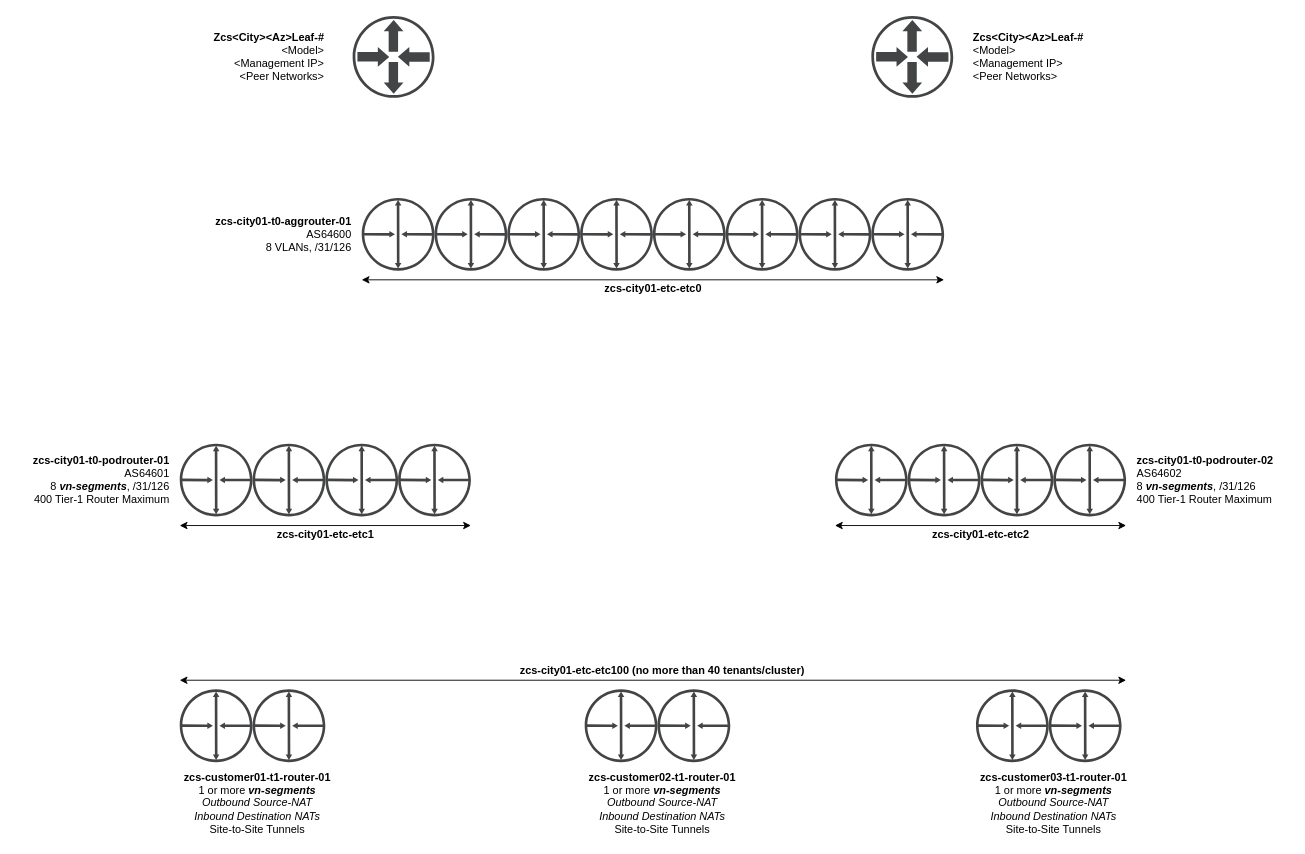
The draw.io diagram page "Logical Routing Detail" (2 of 3) of dwg/Dedicated Logical Routing.drawio in ngschmidt/nsx-ninja-design-v3, before the edit. Source tidied: cells renumbered, new cells numbered last; positions are measured from the earlier drawing's top-left corner, leaving out a move shared by most shapes. Both pictures are drawn from the tidied source at 91%, with x=0, y=0 at pixel (15, 15).
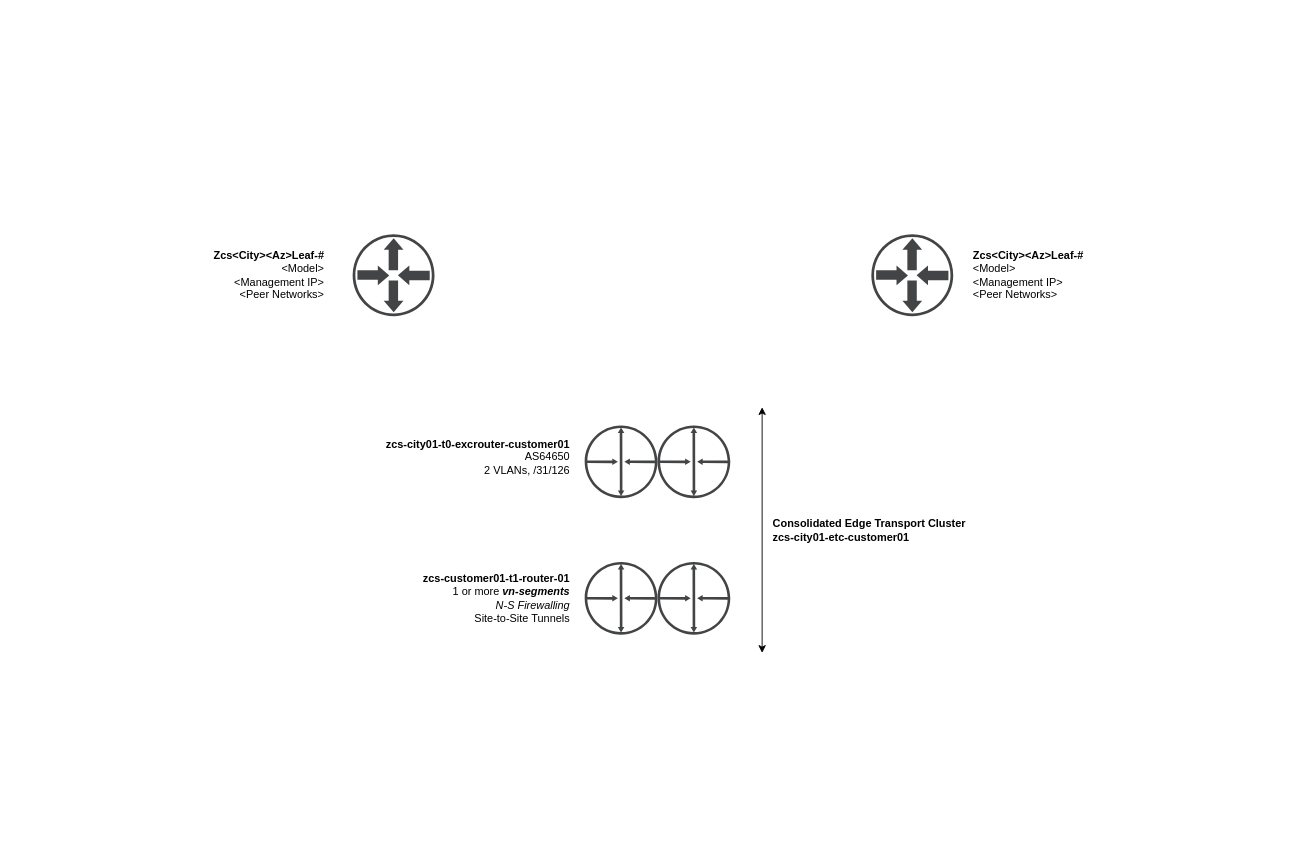
The same page after the edit.

Change to the diagram source:
```diff
@@
     <mxCell id="2" style="shadow=0;dashed=0;html=1;strokeColor=none;fillColor=#434445;labelPosition=center;verticalLabelPosition=bottom;verticalAlign=top;align=center;shape=mxgraph.vvd.physical_upstream_router;fontColor=#FFFFFF;" parent="1" vertex="1">
-      <mxGeometry x="370" width="90" height="90" as="geometry" />
+      <mxGeometry x="370" y="240" width="90" height="90" as="geometry" />
     </mxCell>
     <mxCell id="3" style="shadow=0;dashed=0;html=1;strokeColor=none;fillColor=#434445;labelPosition=center;verticalLabelPosition=bottom;verticalAlign=top;align=center;shape=mxgraph.vvd.physical_upstream_router;fontColor=#FFFFFF;" parent="1" vertex="1">
-      <mxGeometry x="940" width="90" height="90" as="geometry" />
+      <mxGeometry x="940" y="240" width="90" height="90" as="geometry" />
     </mxCell>
     <mxCell id="4" value="&lt;font color=&quot;#000000&quot;&gt;&lt;b&gt;Zcs&amp;lt;City&amp;gt;&amp;lt;Az&amp;gt;Leaf-#&lt;/b&gt;&lt;br&gt;&amp;lt;Model&amp;gt;&lt;br&gt;&amp;lt;Management IP&amp;gt;&lt;br&gt;&amp;lt;Peer Networks&amp;gt;&lt;br&gt;&lt;/font&gt;" style="text;html=1;align=right;verticalAlign=middle;fontColor=#FFFFFF;" parent="1" vertex="1">
-      <mxGeometry x="200" y="15" width="140" height="60" as="geometry" />
+      <mxGeometry x="200" y="255" width="140" height="60" as="geometry" />
     </mxCell>
     <mxCell id="5" value="&lt;font color=&quot;#000000&quot;&gt;&lt;b&gt;Zcs&amp;lt;City&amp;gt;&amp;lt;Az&amp;gt;Leaf-#&lt;/b&gt;&lt;br&gt;&amp;lt;Model&amp;gt;&lt;br&gt;&amp;lt;Management IP&amp;gt;&lt;br&gt;&amp;lt;Peer Networks&amp;gt;&lt;br&gt;&lt;/font&gt;" style="text;html=1;align=left;verticalAlign=middle;fontColor=#FFFFFF;" parent="1" vertex="1">
-      <mxGeometry x="1050" y="15" width="140" height="60" as="geometry" />
+      <mxGeometry x="1050" y="255" width="140" height="60" as="geometry" />
     </mxCell>
-    <mxCell id="6" style="shadow=0;dashed=0;html=1;strokeColor=none;fillColor=#434445;labelPosition=center;verticalLabelPosition=bottom;verticalAlign=top;align=center;shape=mxgraph.vvd.logical_distribution;fontColor=#FFFFFF;" parent="1" vertex="1">
-      <mxGeometry x="380" y="200" width="80" height="80" as="geometry" />
-    </mxCell>
-    <mxCell id="7" value="&lt;font color=&quot;#000000&quot;&gt;&lt;b&gt;zcs-city01-t0-aggrouter-01&lt;br&gt;&lt;/b&gt;AS64600&lt;br&gt;8 VLANs, /31/126&lt;br&gt;&lt;/font&gt;" style="text;html=1;align=right;verticalAlign=middle;fontColor=#FFFFFF;" parent="1" vertex="1">
-      <mxGeometry x="210" y="215" width="160" height="50" as="geometry" />
+    <mxCell id="7" value="&lt;font color=&quot;#000000&quot;&gt;&lt;b&gt;zcs-city01-t0-excrouter-customer01&lt;br&gt;&lt;/b&gt;AS64650&lt;br&gt;2 VLANs, /31/126&lt;br&gt;&lt;/font&gt;" style="text;html=1;align=right;verticalAlign=middle;fontColor=#FFFFFF;" parent="1" vertex="1">
+      <mxGeometry x="390" y="460" width="220" height="50" as="geometry" />
     </mxCell>
-    <mxCell id="8" style="shadow=0;dashed=0;html=1;strokeColor=none;fillColor=#434445;labelPosition=center;verticalLabelPosition=bottom;verticalAlign=top;align=center;shape=mxgraph.vvd.logical_distribution;fontColor=#FFFFFF;" parent="1" vertex="1">
-      <mxGeometry x="460" y="200" width="80" height="80" as="geometry" />
-    </mxCell>
-    <mxCell id="9" style="shadow=0;dashed=0;html=1;strokeColor=none;fillColor=#434445;labelPosition=center;verticalLabelPosition=bottom;verticalAlign=top;align=center;shape=mxgraph.vvd.logical_distribution;fontColor=#FFFFFF;" parent="1" vertex="1">
-      <mxGeometry x="540" y="200" width="80" height="80" as="geometry" />
-    </mxCell>
     <mxCell id="10" style="shadow=0;dashed=0;html=1;strokeColor=none;fillColor=#434445;labelPosition=center;verticalLabelPosition=bottom;verticalAlign=top;align=center;shape=mxgraph.vvd.logical_distribution;fontColor=#FFFFFF;" parent="1" vertex="1">
-      <mxGeometry x="620" y="200" width="80" height="80" as="geometry" />
+      <mxGeometry x="625" y="450" width="80" height="80" as="geometry" />
     </mxCell>
     <mxCell id="11" style="shadow=0;dashed=0;html=1;strokeColor=none;fillColor=#434445;labelPosition=center;verticalLabelPosition=bottom;verticalAlign=top;align=center;shape=mxgraph.vvd.logical_distribution;fontColor=#FFFFFF;" parent="1" vertex="1">
-      <mxGeometry x="700" y="200" width="80" height="80" as="geometry" />
+      <mxGeometry x="705" y="450" width="80" height="80" as="geometry" />
     </mxCell>
-    <mxCell id="12" style="shadow=0;dashed=0;html=1;strokeColor=none;fillColor=#434445;labelPosition=center;verticalLabelPosition=bottom;verticalAlign=top;align=center;shape=mxgraph.vvd.logical_distribution;fontColor=#FFFFFF;" parent="1" vertex="1">
-      <mxGeometry x="780" y="200" width="80" height="80" as="geometry" />
-    </mxCell>
-    <mxCell id="13" style="shadow=0;dashed=0;html=1;strokeColor=none;fillColor=#434445;labelPosition=center;verticalLabelPosition=bottom;verticalAlign=top;align=center;shape=mxgraph.vvd.logical_distribution;fontColor=#FFFFFF;" parent="1" vertex="1">
-      <mxGeometry x="860" y="200" width="80" height="80" as="geometry" />
-    </mxCell>
-    <mxCell id="14" style="shadow=0;dashed=0;html=1;strokeColor=none;fillColor=#434445;labelPosition=center;verticalLabelPosition=bottom;verticalAlign=top;align=center;shape=mxgraph.vvd.logical_distribution;fontColor=#FFFFFF;" parent="1" vertex="1">
-      <mxGeometry x="940" y="200" width="80" height="80" as="geometry" />
-    </mxCell>
-    <mxCell id="15" style="shadow=0;dashed=0;html=1;strokeColor=none;fillColor=#434445;labelPosition=center;verticalLabelPosition=bottom;verticalAlign=top;align=center;shape=mxgraph.vvd.logical_distribution;fontColor=#FFFFFF;" parent="1" vertex="1">
-      <mxGeometry x="180" y="470" width="80" height="80" as="geometry" />
-    </mxCell>
-    <mxCell id="16" value="&lt;font color=&quot;#000000&quot;&gt;&lt;b&gt;zcs-city01-t0-podrouter-01&lt;br&gt;&lt;/b&gt;AS64601&lt;br&gt;8 &lt;b&gt;&lt;i&gt;vn-segments&lt;/i&gt;&lt;/b&gt;, /31/126&lt;br&gt;400 Tier-1 Router Maximum&lt;br&gt;&lt;/font&gt;" style="text;html=1;align=right;verticalAlign=middle;fontColor=#FFFFFF;" parent="1" vertex="1">
-      <mxGeometry y="480" width="170" height="60" as="geometry" />
-    </mxCell>
-    <mxCell id="17" style="shadow=0;dashed=0;html=1;strokeColor=none;fillColor=#434445;labelPosition=center;verticalLabelPosition=bottom;verticalAlign=top;align=center;shape=mxgraph.vvd.logical_distribution;fontColor=#FFFFFF;" parent="1" vertex="1">
-      <mxGeometry x="260" y="470" width="80" height="80" as="geometry" />
-    </mxCell>
-    <mxCell id="18" style="shadow=0;dashed=0;html=1;strokeColor=none;fillColor=#434445;labelPosition=center;verticalLabelPosition=bottom;verticalAlign=top;align=center;shape=mxgraph.vvd.logical_distribution;fontColor=#FFFFFF;" parent="1" vertex="1">
-      <mxGeometry x="340" y="470" width="80" height="80" as="geometry" />
-    </mxCell>
-    <mxCell id="19" style="shadow=0;dashed=0;html=1;strokeColor=none;fillColor=#434445;labelPosition=center;verticalLabelPosition=bottom;verticalAlign=top;align=center;shape=mxgraph.vvd.logical_distribution;fontColor=#FFFFFF;" parent="1" vertex="1">
-      <mxGeometry x="420" y="470" width="80" height="80" as="geometry" />
-    </mxCell>
-    <mxCell id="20" style="shadow=0;dashed=0;html=1;strokeColor=none;fillColor=#434445;labelPosition=center;verticalLabelPosition=bottom;verticalAlign=top;align=center;shape=mxgraph.vvd.logical_distribution;fontColor=#FFFFFF;" parent="1" vertex="1">
-      <mxGeometry x="900" y="470" width="80" height="80" as="geometry" />
-    </mxCell>
-    <mxCell id="21" value="&lt;font color=&quot;#000000&quot;&gt;&lt;b&gt;zcs-city01-t0-podrouter-02&lt;br&gt;&lt;/b&gt;AS64602&lt;br&gt;8 &lt;b&gt;&lt;i&gt;vn-segments&lt;/i&gt;&lt;/b&gt;, /31/126&lt;br&gt;&lt;/font&gt;&lt;span style=&quot;color: rgb(0 , 0 , 0) ; text-align: right&quot;&gt;400 Tier-1 Router Maximum&lt;/span&gt;&lt;font color=&quot;#000000&quot;&gt;&lt;br&gt;&lt;/font&gt;" style="text;html=1;align=left;verticalAlign=middle;fontColor=#FFFFFF;" parent="1" vertex="1">
-      <mxGeometry x="1230" y="480" width="170" height="60" as="geometry" />
-    </mxCell>
-    <mxCell id="22" style="shadow=0;dashed=0;html=1;strokeColor=none;fillColor=#434445;labelPosition=center;verticalLabelPosition=bottom;verticalAlign=top;align=center;shape=mxgraph.vvd.logical_distribution;fontColor=#FFFFFF;" parent="1" vertex="1">
-      <mxGeometry x="980" y="470" width="80" height="80" as="geometry" />
-    </mxCell>
-    <mxCell id="23" style="shadow=0;dashed=0;html=1;strokeColor=none;fillColor=#434445;labelPosition=center;verticalLabelPosition=bottom;verticalAlign=top;align=center;shape=mxgraph.vvd.logical_distribution;fontColor=#FFFFFF;" parent="1" vertex="1">
-      <mxGeometry x="1060" y="470" width="80" height="80" as="geometry" />
-    </mxCell>
-    <mxCell id="24" style="shadow=0;dashed=0;html=1;strokeColor=none;fillColor=#434445;labelPosition=center;verticalLabelPosition=bottom;verticalAlign=top;align=center;shape=mxgraph.vvd.logical_distribution;fontColor=#FFFFFF;" parent="1" vertex="1">
-      <mxGeometry x="1140" y="470" width="80" height="80" as="geometry" />
-    </mxCell>
-    <mxCell id="25" style="shadow=0;dashed=0;html=1;strokeColor=none;fillColor=#434445;labelPosition=center;verticalLabelPosition=bottom;verticalAlign=top;align=center;shape=mxgraph.vvd.logical_distribution;fontColor=#FFFFFF;" parent="1" vertex="1">
-      <mxGeometry x="180" y="740" width="80" height="80" as="geometry" />
-    </mxCell>
-    <mxCell id="26" value="&lt;font color=&quot;#000000&quot;&gt;&lt;b&gt;zcs-customer01-t1-router-01&lt;/b&gt;&lt;br&gt;1 or more &lt;i&gt;&lt;b&gt;vn-segments&lt;/b&gt;&lt;br&gt;&lt;/i&gt;&lt;i&gt;Outbound Source-NAT&lt;br&gt;Inbound Destination NATs&lt;br&gt;&lt;/i&gt;Site-to-Site Tunnels&lt;br&gt;&lt;/font&gt;" style="text;html=1;align=center;verticalAlign=middle;fontColor=#FFFFFF;" parent="1" vertex="1">
-      <mxGeometry x="175" y="825" width="180" height="80" as="geometry" />
-    </mxCell>
-    <mxCell id="27" style="shadow=0;dashed=0;html=1;strokeColor=none;fillColor=#434445;labelPosition=center;verticalLabelPosition=bottom;verticalAlign=top;align=center;shape=mxgraph.vvd.logical_distribution;fontColor=#FFFFFF;" parent="1" vertex="1">
-      <mxGeometry x="260" y="740" width="80" height="80" as="geometry" />
-    </mxCell>
     <mxCell id="28" style="shadow=0;dashed=0;html=1;strokeColor=none;fillColor=#434445;labelPosition=center;verticalLabelPosition=bottom;verticalAlign=top;align=center;shape=mxgraph.vvd.logical_distribution;fontColor=#FFFFFF;" parent="1" vertex="1">
-      <mxGeometry x="625" y="740" width="80" height="80" as="geometry" />
+      <mxGeometry x="625" y="600" width="80" height="80" as="geometry" />
     </mxCell>
-    <mxCell id="29" value="&lt;font color=&quot;#000000&quot;&gt;&lt;b&gt;zcs-customer02-t1-router-01&lt;/b&gt;&lt;br&gt;1 or more &lt;i&gt;&lt;b&gt;vn-segments&lt;/b&gt;&lt;br&gt;&lt;/i&gt;&lt;i&gt;Outbound Source-NAT&lt;br&gt;Inbound Destination NATs&lt;br&gt;&lt;/i&gt;Site-to-Site Tunnels&lt;br&gt;&lt;/font&gt;" style="text;html=1;align=center;verticalAlign=middle;fontColor=#FFFFFF;" parent="1" vertex="1">
-      <mxGeometry x="620" y="825" width="180" height="80" as="geometry" />
+    <mxCell id="29" value="&lt;font color=&quot;#000000&quot;&gt;&lt;b&gt;zcs-customer01-t1-router-01&lt;/b&gt;&lt;br&gt;1 or more &lt;i&gt;&lt;b&gt;vn-segments&lt;/b&gt;&lt;br&gt;&lt;/i&gt;&lt;i&gt;N-S Firewalling&lt;br&gt;&lt;/i&gt;Site-to-Site Tunnels&lt;br&gt;&lt;/font&gt;" style="text;html=1;align=right;verticalAlign=middle;fontColor=#FFFFFF;" parent="1" vertex="1">
+      <mxGeometry x="430" y="610" width="180" height="60" as="geometry" />
     </mxCell>
     <mxCell id="30" style="shadow=0;dashed=0;html=1;strokeColor=none;fillColor=#434445;labelPosition=center;verticalLabelPosition=bottom;verticalAlign=top;align=center;shape=mxgraph.vvd.logical_distribution;fontColor=#FFFFFF;" parent="1" vertex="1">
-      <mxGeometry x="705" y="740" width="80" height="80" as="geometry" />
+      <mxGeometry x="705" y="600" width="80" height="80" as="geometry" />
     </mxCell>
-    <mxCell id="31" style="shadow=0;dashed=0;html=1;strokeColor=none;fillColor=#434445;labelPosition=center;verticalLabelPosition=bottom;verticalAlign=top;align=center;shape=mxgraph.vvd.logical_distribution;fontColor=#FFFFFF;" parent="1" vertex="1">
-      <mxGeometry x="1055" y="740" width="80" height="80" as="geometry" />
-    </mxCell>
-    <mxCell id="32" value="&lt;font color=&quot;#000000&quot;&gt;&lt;b&gt;zcs-customer03-t1-router-01&lt;/b&gt;&lt;br&gt;1 or more &lt;i&gt;&lt;b&gt;vn-segments&lt;/b&gt;&lt;br&gt;&lt;/i&gt;&lt;i&gt;Outbound Source-NAT&lt;br&gt;Inbound Destination NATs&lt;br&gt;&lt;/i&gt;Site-to-Site Tunnels&lt;br&gt;&lt;/font&gt;" style="text;html=1;align=center;verticalAlign=middle;fontColor=#FFFFFF;" parent="1" vertex="1">
-      <mxGeometry x="1050" y="825" width="180" height="80" as="geometry" />
-    </mxCell>
-    <mxCell id="33" style="shadow=0;dashed=0;html=1;strokeColor=none;fillColor=#434445;labelPosition=center;verticalLabelPosition=bottom;verticalAlign=top;align=center;shape=mxgraph.vvd.logical_distribution;fontColor=#FFFFFF;" parent="1" vertex="1">
-      <mxGeometry x="1135" y="740" width="80" height="80" as="geometry" />
-    </mxCell>
     <mxCell id="34" style="endArrow=classic;startArrow=classic;html=1;fontColor=#FFFFFF;" parent="1" edge="1">
       <mxGeometry relative="1" as="geometry">
-        <mxPoint x="380" y="290" as="sourcePoint" />
-        <mxPoint x="1020" y="290" as="targetPoint" />
+        <mxPoint x="820" y="430" as="sourcePoint" />
+        <mxPoint x="820" y="700" as="targetPoint" />
       </mxGeometry>
     </mxCell>
-    <mxCell id="35" value="&lt;font color=&quot;#000000&quot;&gt;&lt;b&gt;zcs-city01-etc-etc0&lt;/b&gt;&lt;/font&gt;" style="text;html=1;align=center;verticalAlign=middle;fontColor=#FFFFFF;" parent="1" vertex="1">
-      <mxGeometry x="640" y="290" width="120" height="20" as="geometry" />
+    <mxCell id="35" value="&lt;div&gt;&lt;b style=&quot;color: rgb(0 , 0 , 0)&quot;&gt;Consolidated Edge Transport Cluster&lt;/b&gt;&lt;/div&gt;&lt;font color=&quot;#000000&quot;&gt;&lt;b&gt;zcs-city01-etc-customer01&lt;/b&gt;&lt;/font&gt;" style="text;html=1;align=left;verticalAlign=middle;fontColor=#FFFFFF;" parent="1" vertex="1">
+      <mxGeometry x="830" y="550" width="230" height="30" as="geometry" />
     </mxCell>
-    <mxCell id="36" style="endArrow=classic;startArrow=classic;html=1;fontColor=#FFFFFF;" parent="1" edge="1">
-      <mxGeometry relative="1" as="geometry">
-        <mxPoint x="180" y="560" as="sourcePoint" />
-        <mxPoint x="500" y="560" as="targetPoint" />
-      </mxGeometry>
-    </mxCell>
-    <mxCell id="37" value="&lt;font color=&quot;#000000&quot;&gt;&lt;b&gt;zcs-city01-etc-etc1&lt;/b&gt;&lt;/font&gt;" style="text;html=1;align=center;verticalAlign=middle;fontColor=#FFFFFF;" parent="1" vertex="1">
-      <mxGeometry x="280" y="560" width="120" height="20" as="geometry" />
-    </mxCell>
-    <mxCell id="38" style="endArrow=classic;startArrow=classic;html=1;fontColor=#FFFFFF;" parent="1" edge="1">
-      <mxGeometry relative="1" as="geometry">
-        <mxPoint x="900" y="560" as="sourcePoint" />
-        <mxPoint x="1220" y="560" as="targetPoint" />
-      </mxGeometry>
-    </mxCell>
-    <mxCell id="39" value="&lt;font color=&quot;#000000&quot;&gt;&lt;b&gt;zcs-city01-etc-etc2&lt;/b&gt;&lt;/font&gt;" style="text;html=1;align=center;verticalAlign=middle;fontColor=#FFFFFF;" parent="1" vertex="1">
-      <mxGeometry x="1000" y="560" width="120" height="20" as="geometry" />
-    </mxCell>
-    <mxCell id="40" style="endArrow=classic;startArrow=classic;html=1;fontColor=#FFFFFF;" parent="1" edge="1">
-      <mxGeometry relative="1" as="geometry">
-        <mxPoint x="180" y="730" as="sourcePoint" />
-        <mxPoint x="1220" y="730" as="targetPoint" />
-      </mxGeometry>
-    </mxCell>
-    <mxCell id="41" value="&lt;font color=&quot;#000000&quot;&gt;&lt;b&gt;zcs-city01-etc-etc100 (no more than 40 tenants/cluster)&lt;/b&gt;&lt;/font&gt;" style="text;html=1;align=center;verticalAlign=middle;fontColor=#FFFFFF;" parent="1" vertex="1">
-      <mxGeometry x="545" y="710" width="330" height="20" as="geometry" />
-    </mxCell>
```
